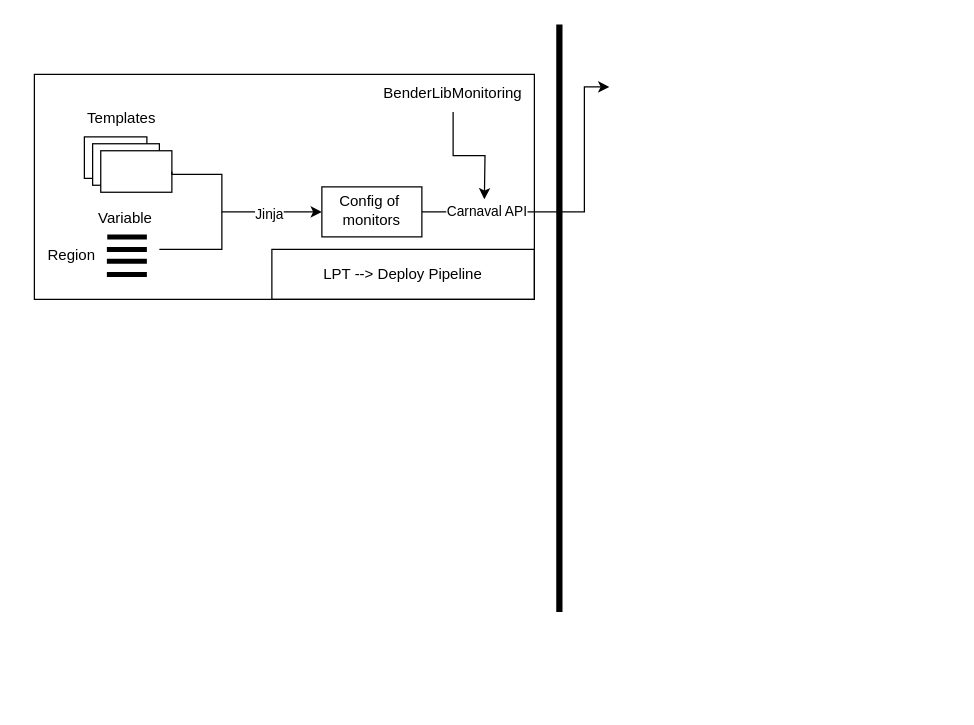
Above: Untitled Diagram.drawio in AlanLoveCod1ng/temp (draw.io), before the change. Source tidied: cells renumbered, new cells numbered last; positions are measured from the earlier drawing's top-left corner, leaving out a move shared by most shapes. Both pictures are drawn from the tidied source at 125%, with x=0, y=0 at pixel (34, 24).
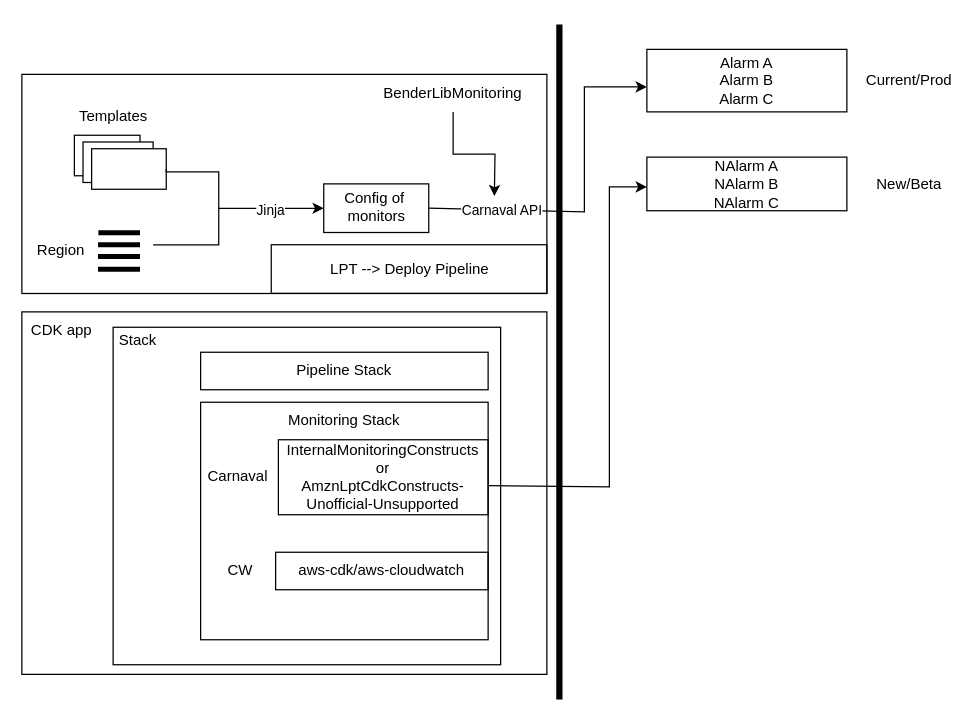
Above is the later version.

The change refers to these unchanged cells:
```xml
<mxCell id="5" value="BenderLibMonitoring" style="text;html=1;strokeColor=none;fillColor=none;align=center;verticalAlign=middle;whiteSpace=wrap;rounded=0;" parent="1" vertex="1">
  <mxGeometry x="250" y="40" width="170" height="30" as="geometry" />
</mxCell>
```

Diff of the diagram source:
```diff
@@
+    <mxCell id="28" style="rounded=0;whiteSpace=wrap;html=1;strokeColor=default;fillColor=none;" parent="1" vertex="1">
+      <mxGeometry x="-10" y="230" width="420" height="290" as="geometry" />
+    </mxCell>
     <mxCell id="2" style="endArrow=classic;html=1;rounded=0;exitX=1;exitY=0.5;exitDx=0;exitDy=0;" parent="1" edge="1" source="22">
       <mxGeometry relative="1" as="geometry">
-        <mxPoint x="460" y="50" as="targetPoint" />
+        <mxPoint x="490" y="50" as="targetPoint" />
         <Array as="points">
           <mxPoint x="440" y="150" />
           <mxPoint x="440" y="50" />
         </Array>
       </mxGeometry>
     </mxCell>
@@
     <mxCell id="4" style="endArrow=none;html=1;rounded=0;strokeWidth=5;" parent="1" edge="1">
       <mxGeometry relative="1" as="geometry">
-        <mxPoint x="420" y="470" as="sourcePoint" />
+        <mxPoint x="420" y="540" as="sourcePoint" />
         <mxPoint x="420" as="targetPoint" />
       </mxGeometry>
     </mxCell>
@@
-    <mxCell id="6" style="group;" parent="1" vertex="1">
-      <mxGeometry y="40" width="400" height="240" as="geometry" />
-    </mxCell>
+    <mxCell id="29" value="CDK app" style="text;html=1;strokeColor=none;fillColor=none;align=center;verticalAlign=middle;whiteSpace=wrap;rounded=0;" parent="1" vertex="1">
+      <mxGeometry x="-8.5" y="230" width="60" height="30" as="geometry" />
+    </mxCell>
-    <mxCell id="7" value="Templates" style="text;html=1;strokeColor=none;fillColor=none;align=center;verticalAlign=middle;whiteSpace=wrap;rounded=0;" parent="6" vertex="1">
-      <mxGeometry x="40" y="20" width="60" height="30" as="geometry" />
+    <mxCell id="7" value="Templates" style="text;html=1;strokeColor=none;fillColor=none;align=center;verticalAlign=middle;whiteSpace=wrap;rounded=0;" parent="1" vertex="1">
+      <mxGeometry x="32" y="59.5" width="63" height="29.2" as="geometry" />
     </mxCell>
-    <mxCell id="8" style="group;" parent="6" vertex="1">
-      <mxGeometry x="30" y="60" width="320" height="180" as="geometry" />
-    </mxCell>
-    <mxCell id="9" value="Variable" style="text;html=1;strokeColor=none;fillColor=none;align=center;verticalAlign=middle;whiteSpace=wrap;rounded=0;" parent="8" vertex="1">
-      <mxGeometry x="13.3" y="40" width="60" height="30" as="geometry" />
-    </mxCell>
+    <mxCell id="24" style="rounded=0;whiteSpace=wrap;html=1;fillColor=none;gradientColor=none;" parent="1" vertex="1">
+      <mxGeometry x="-10" y="40" width="420" height="175.3" as="geometry" />
+    </mxCell>
+    <mxCell id="25" style="endArrow=none;html=1;rounded=0;" parent="1" edge="1">
+      <mxGeometry relative="1" as="geometry">
+        <mxPoint x="95" y="176.3" as="sourcePoint" />
+        <mxPoint x="147.5" y="147.1" as="targetPoint" />
+        <Array as="points">
+          <mxPoint x="147.5" y="176.3" />
+        </Array>
+      </mxGeometry>
+    </mxCell>
+    <mxCell id="26" style="edgeStyle=orthogonalEdgeStyle;rounded=0;jettySize=auto;html=1;exitX=0.5;exitY=1;exitDx=0;exitDy=0;" parent="1" edge="1" source="5">
+      <mxGeometry relative="1" as="geometry">
+        <mxPoint x="368" y="137.4" as="targetPoint" />
+      </mxGeometry>
+    </mxCell>
+    <mxCell id="27" value="LPT --&amp;gt; Deploy Pipeline" style="rounded=0;whiteSpace=wrap;html=1;fillColor=none;" parent="1" vertex="1">
+      <mxGeometry x="189.5" y="176.3" width="220.5" height="38.9" as="geometry" />
+    </mxCell>
-    <mxCell id="10" value="Region" style="text;html=1;strokeColor=none;fillColor=none;align=center;verticalAlign=middle;whiteSpace=wrap;rounded=0;" parent="8" vertex="1">
-      <mxGeometry x="-30" y="70" width="60" height="30" as="geometry" />
+    <mxCell id="10" value="Region" style="text;html=1;strokeColor=none;fillColor=none;align=center;verticalAlign=middle;whiteSpace=wrap;rounded=0;" parent="1" vertex="1">
+      <mxGeometry x="-10" y="166.6" width="63" height="29.2" as="geometry" />
     </mxCell>
-    <mxCell id="11" style="group;" parent="8" vertex="1">
-      <mxGeometry x="10" y="-10" width="70" height="44.3" as="geometry" />
+    <mxCell id="11" style="group;" parent="1" vertex="1">
+      <mxGeometry x="32" y="88.7" width="73.5" height="43.1" as="geometry" />
     </mxCell>
     <mxCell id="12" style="rounded=0;whiteSpace=wrap;html=1;" parent="11" vertex="1">
-      <mxGeometry width="50" height="33.2" as="geometry" />
+      <mxGeometry width="52.5" height="32.4" as="geometry" />
     </mxCell>
     <mxCell id="13" style="rounded=0;whiteSpace=wrap;html=1;" parent="11" vertex="1">
-      <mxGeometry x="6.6" y="5.5" width="53.4" height="33.2" as="geometry" />
+      <mxGeometry x="6.9" y="5.4" width="56.1" height="32.4" as="geometry" />
     </mxCell>
     <mxCell id="14" style="rounded=0;whiteSpace=wrap;html=1;" parent="11" vertex="1">
-      <mxGeometry x="13.1" y="11.1" width="56.9" height="33.2" as="geometry" />
+      <mxGeometry x="13.8" y="10.8" width="59.7" height="32.4" as="geometry" />
     </mxCell>
-    <mxCell id="15" style="edgeStyle=orthogonalEdgeStyle;rounded=0;jettySize=auto;html=1;exitX=1;exitY=0.5;exitDx=0;exitDy=0;" parent="8" edge="1" source="14">
+    <mxCell id="15" style="edgeStyle=orthogonalEdgeStyle;rounded=0;jettySize=auto;html=1;exitX=1;exitY=0.5;exitDx=0;exitDy=0;" parent="1" edge="1" source="14">
       <mxGeometry relative="1" as="geometry">
-        <mxPoint x="200" y="50" as="targetPoint" />
+        <mxPoint x="231.5" y="147.1" as="targetPoint" />
         <Array as="points">
-          <mxPoint x="80" y="20" />
-          <mxPoint x="120" y="20" />
-          <mxPoint x="120" y="50" />
-          <mxPoint x="200" y="50" />
+          <mxPoint x="105.5" y="117.9" />
+          <mxPoint x="147.5" y="117.9" />
+          <mxPoint x="147.5" y="147.1" />
+          <mxPoint x="231.5" y="147.1" />
         </Array>
       </mxGeometry>
     </mxCell>
@@
-    <mxCell id="17" style="group;" parent="8" vertex="1">
-      <mxGeometry x="28" y="70" width="32" height="30" as="geometry" />
+    <mxCell id="17" style="group;" parent="1" vertex="1">
+      <mxGeometry x="50.9" y="166.6" width="33.6" height="29.2" as="geometry" />
     </mxCell>
-    <mxCell id="18" style="endArrow=none;html=1;rounded=0;exitX=0.25;exitY=1;exitDx=0;exitDy=0;strokeWidth=4;" parent="17" edge="1" source="9">
+    <mxCell id="18" style="endArrow=none;html=1;rounded=0;exitX=0.25;exitY=1;exitDx=0;exitDy=0;strokeWidth=4;" parent="17" edge="1">
       <mxGeometry relative="1" as="geometry">
-        <mxPoint x="32" as="targetPoint" />
+        <mxPoint x="0.3" as="sourcePoint" />
+        <mxPoint x="33.6" as="targetPoint" />
       </mxGeometry>
     </mxCell>
     <mxCell id="19" style="endArrow=none;html=1;rounded=0;exitX=0.25;exitY=1;exitDx=0;exitDy=0;strokeWidth=4;" parent="17" edge="1">
       <mxGeometry relative="1" as="geometry">
-        <mxPoint y="10" as="sourcePoint" />
-        <mxPoint x="32" y="10" as="targetPoint" />
+        <mxPoint y="9.7" as="sourcePoint" />
+        <mxPoint x="33.6" y="9.7" as="targetPoint" />
       </mxGeometry>
     </mxCell>
     <mxCell id="20" style="endArrow=none;html=1;rounded=0;exitX=0.25;exitY=1;exitDx=0;exitDy=0;strokeWidth=4;" parent="17" edge="1">
       <mxGeometry relative="1" as="geometry">
-        <mxPoint y="19.5" as="sourcePoint" />
-        <mxPoint x="32" y="19.5" as="targetPoint" />
+        <mxPoint y="19" as="sourcePoint" />
+        <mxPoint x="33.6" y="19" as="targetPoint" />
       </mxGeometry>
     </mxCell>
     <mxCell id="21" style="endArrow=none;html=1;rounded=0;exitX=0.25;exitY=1;exitDx=0;exitDy=0;strokeWidth=4;" parent="17" edge="1">
       <mxGeometry relative="1" as="geometry">
-        <mxPoint y="30" as="sourcePoint" />
-        <mxPoint x="32" y="30" as="targetPoint" />
+        <mxPoint y="29.2" as="sourcePoint" />
+        <mxPoint x="33.6" y="29.2" as="targetPoint" />
       </mxGeometry>
     </mxCell>
-    <mxCell id="22" style="rounded=0;whiteSpace=wrap;html=1;" parent="8" vertex="1">
-      <mxGeometry x="200" y="30" width="80" height="40" as="geometry" />
+    <mxCell id="22" style="rounded=0;whiteSpace=wrap;html=1;" parent="1" vertex="1">
+      <mxGeometry x="231.5" y="127.6" width="84" height="38.9" as="geometry" />
     </mxCell>
-    <mxCell id="23" value="Config of&amp;nbsp; monitors" style="text;html=1;strokeColor=none;fillColor=none;align=center;verticalAlign=middle;whiteSpace=wrap;rounded=0;" parent="8" vertex="1">
-      <mxGeometry x="205" y="34.3" width="70" height="30" as="geometry" />
+    <mxCell id="23" value="Config of&amp;nbsp; monitors" style="text;html=1;strokeColor=none;fillColor=none;align=center;verticalAlign=middle;whiteSpace=wrap;rounded=0;" parent="1" vertex="1">
+      <mxGeometry x="236.8" y="131.8" width="73.5" height="29.2" as="geometry" />
     </mxCell>
-    <mxCell id="24" style="rounded=0;whiteSpace=wrap;html=1;fillColor=none;gradientColor=none;" parent="6" vertex="1">
-      <mxGeometry width="400" height="180" as="geometry" />
-    </mxCell>
-    <mxCell id="25" style="endArrow=none;html=1;rounded=0;" parent="6" edge="1">
-      <mxGeometry relative="1" as="geometry">
-        <mxPoint x="100" y="140" as="sourcePoint" />
-        <mxPoint x="150" y="110" as="targetPoint" />
-        <Array as="points">
-          <mxPoint x="150" y="140" />
-        </Array>
-      </mxGeometry>
-    </mxCell>
-    <mxCell id="26" style="edgeStyle=orthogonalEdgeStyle;rounded=0;jettySize=auto;html=1;exitX=0.5;exitY=1;exitDx=0;exitDy=0;" parent="6" edge="1" source="5">
-      <mxGeometry relative="1" as="geometry">
-        <mxPoint x="360" y="100" as="targetPoint" />
-      </mxGeometry>
-    </mxCell>
-    <mxCell id="27" value="LPT --&amp;gt; Deploy Pipeline" style="rounded=0;whiteSpace=wrap;html=1;fillColor=none;" parent="6" vertex="1">
-      <mxGeometry x="190" y="140" width="210" height="40" as="geometry" />
-    </mxCell>
+    <mxCell id="30" style="group;" parent="1" vertex="1">
+      <mxGeometry x="53" y="237.6" width="320" height="274.7" as="geometry" />
+    </mxCell>
+    <mxCell id="31" value="Pipeline Stack" style="text;html=1;strokeColor=default;fillColor=none;align=center;verticalAlign=middle;whiteSpace=wrap;rounded=0;" parent="30" vertex="1">
+      <mxGeometry x="80" y="24.7" width="230" height="30" as="geometry" />
+    </mxCell>
+    <mxCell id="32" style="text;html=1;strokeColor=default;fillColor=none;align=center;verticalAlign=middle;whiteSpace=wrap;rounded=0;" parent="30" vertex="1">
+      <mxGeometry x="80" y="64.7" width="230" height="190" as="geometry" />
+    </mxCell>
+    <mxCell id="33" style="rounded=0;whiteSpace=wrap;html=1;fillColor=none;" parent="30" vertex="1">
+      <mxGeometry x="10" y="4.7" width="310" height="270" as="geometry" />
+    </mxCell>
+    <mxCell id="34" value="Stack" style="text;html=1;strokeColor=none;fillColor=none;align=center;verticalAlign=middle;whiteSpace=wrap;rounded=0;" parent="30" vertex="1">
+      <mxGeometry width="60" height="30" as="geometry" />
+    </mxCell>
+    <mxCell id="35" value="Monitoring Stack" style="text;html=1;strokeColor=none;fillColor=none;align=center;verticalAlign=middle;whiteSpace=wrap;rounded=0;" parent="30" vertex="1">
+      <mxGeometry x="145" y="64.7" width="100" height="30" as="geometry" />
+    </mxCell>
+    <mxCell id="36" value="InternalMonitoringConstructs or&lt;br&gt;AmznLptCdkConstructs-Unofficial-Unsupported" style="rounded=0;whiteSpace=wrap;html=1;fillColor=none;" parent="30" vertex="1">
+      <mxGeometry x="142.2" y="94.7" width="167.8" height="60" as="geometry" />
+    </mxCell>
+    <mxCell id="37" value="Carnaval" style="text;html=1;strokeColor=none;fillColor=none;align=center;verticalAlign=middle;whiteSpace=wrap;rounded=0;" parent="30" vertex="1">
+      <mxGeometry x="80" y="109.7" width="60" height="30" as="geometry" />
+    </mxCell>
+    <mxCell id="38" value="aws-cdk/aws-cloudwatch" style="rounded=0;whiteSpace=wrap;html=1;fillColor=none;" parent="30" vertex="1">
+      <mxGeometry x="140" y="184.7" width="170" height="30" as="geometry" />
+    </mxCell>
+    <mxCell id="39" value="CW" style="text;html=1;strokeColor=none;fillColor=none;align=center;verticalAlign=middle;whiteSpace=wrap;rounded=0;" parent="30" vertex="1">
+      <mxGeometry x="82.2" y="184.7" width="60" height="30" as="geometry" />
+    </mxCell>
+    <mxCell id="40" style="endArrow=classic;html=1;rounded=0;exitX=1;exitY=0.611;exitDx=0;exitDy=0;exitPerimeter=0;" parent="1" edge="1" source="36">
+      <mxGeometry relative="1" as="geometry">
+        <mxPoint x="490" y="130" as="targetPoint" />
+        <Array as="points">
+          <mxPoint x="460" y="370" />
+          <mxPoint x="460" y="130" />
+        </Array>
+      </mxGeometry>
+    </mxCell>
+    <mxCell id="41" value="Alarm A&lt;br&gt;Alarm B&lt;br&gt;Alarm C" style="rounded=0;whiteSpace=wrap;html=1;fillColor=none;" parent="1" vertex="1">
+      <mxGeometry x="490" y="20" width="160" height="50" as="geometry" />
+    </mxCell>
+    <mxCell id="42" value="NAlarm A&lt;br&gt;NAlarm B&lt;br&gt;NAlarm C" style="rounded=0;whiteSpace=wrap;html=1;fillColor=none;" parent="1" vertex="1">
+      <mxGeometry x="490" y="106.2" width="160" height="42.9" as="geometry" />
+    </mxCell>
+    <mxCell id="43" value="Current/Prod" style="text;html=1;strokeColor=none;fillColor=none;align=center;verticalAlign=middle;whiteSpace=wrap;rounded=0;" parent="1" vertex="1">
+      <mxGeometry x="670" y="30" width="60" height="30" as="geometry" />
+    </mxCell>
+    <mxCell id="44" value="New/Beta" style="text;html=1;strokeColor=none;fillColor=none;align=center;verticalAlign=middle;whiteSpace=wrap;rounded=0;" parent="1" vertex="1">
+      <mxGeometry x="670" y="112.6" width="60" height="30" as="geometry" />
+    </mxCell>
```
